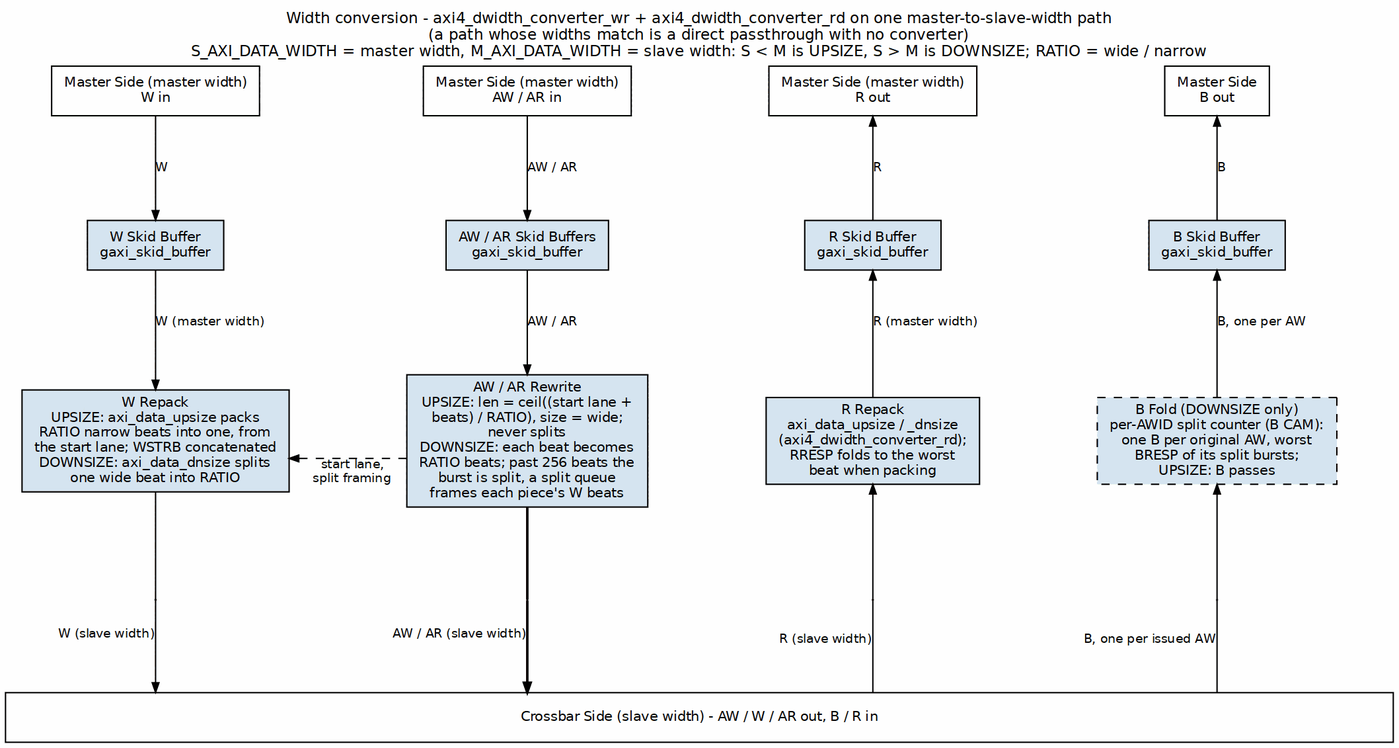
Earlier version of the Graphviz export projects/components/fabric-gen-ip/bridge/docs/bridge_mas/assets/graphviz/width_conversion.png (sean-galloway/RTLDesignSherpa). Its source is kept beside it as projects/components/fabric-gen-ip/bridge/docs/bridge_mas/assets/graphviz/width_conversion.dot.
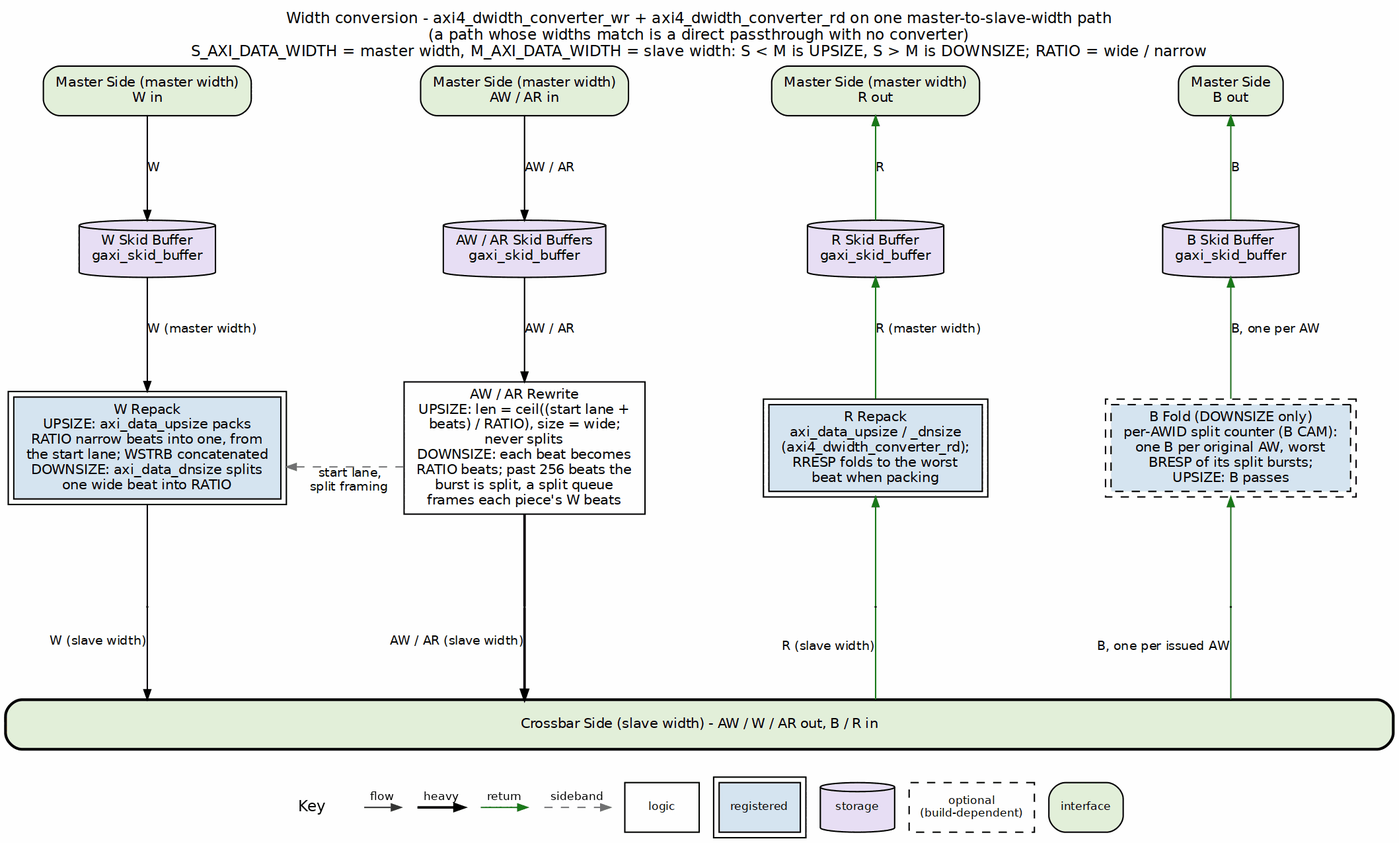
After the commit.

The edit, as a diff of the source:
```diff
@@ -3,27 +3,27 @@
            nodesep="0.60", ranksep="0.90", splines=ortho, labelloc=t,
            label="Width conversion - axi4_dwidth_converter_wr + axi4_dwidth_converter_rd on one master-to-slave-width path\n(a path whose widths match is a direct passthrough with no converter)\nS_AXI_DATA_WIDTH = master width, M_AXI_DATA_WIDTH = slave width: S < M is UPSIZE, S > M is DOWNSIZE; RATIO = wide / narrow"];
     node  [fontname="Helvetica", fontsize=10, shape=box, style=filled,
-           fillcolor="#D6E4F0", color="black", margin="0.12,0.06"];
+           fillcolor="white", color="black", margin="0.12,0.06"];
     edge  [fontname="Helvetica", fontsize=9, color="black", arrowsize=0.7];
 
-    pw [label="Master Side (master width)\nW in", fillcolor="white", group=L];
-    pc [label="Master Side (master width)\nAW / AR in", fillcolor="white", group=C];
-    pr [label="Master Side (master width)\nR out", fillcolor="white", group=R];
-    pb [label="Master Side\nB out", fillcolor="white", group=B];
+    pw [label="Master Side (master width)\nW in", fillcolor="white", group=L, style="rounded,filled", fillcolor="#E2EFDA"];
+    pc [label="Master Side (master width)\nAW / AR in", fillcolor="white", group=C, style="rounded,filled", fillcolor="#E2EFDA"];
+    pr [label="Master Side (master width)\nR out", fillcolor="white", group=R, style="rounded,filled", fillcolor="#E2EFDA"];
+    pb [label="Master Side\nB out", fillcolor="white", group=B, style="rounded,filled", fillcolor="#E2EFDA"];
     { rank=same; pw; pc; pr; pb; }
     pw -> pc -> pr -> pb [style=invis];
 
-    sw [label="W Skid Buffer\ngaxi_skid_buffer", group=L];
-    sc [label="AW / AR Skid Buffers\ngaxi_skid_buffer", group=C];
-    sr [label="R Skid Buffer\ngaxi_skid_buffer", group=R];
-    sb [label="B Skid Buffer\ngaxi_skid_buffer", group=B];
+    sw [label="W Skid Buffer\ngaxi_skid_buffer", group=L, shape=cylinder, style="filled", fillcolor="#E8DFF5"];
+    sc [label="AW / AR Skid Buffers\ngaxi_skid_buffer", group=C, shape=cylinder, style="filled", fillcolor="#E8DFF5"];
+    sr [label="R Skid Buffer\ngaxi_skid_buffer", group=R, shape=cylinder, style="filled", fillcolor="#E8DFF5"];
+    sb [label="B Skid Buffer\ngaxi_skid_buffer", group=B, shape=cylinder, style="filled", fillcolor="#E8DFF5"];
     { rank=same; sw; sc; sr; sb; }
     sw -> sc -> sr -> sb [style=invis];
 
-    wrp [label="W Repack\nUPSIZE: axi_data_upsize packs\nRATIO narrow beats into one, from\nthe start lane; WSTRB concatenated\nDOWNSIZE: axi_data_dnsize splits\none wide beat into RATIO", group=L];
-    arw [label="AW / AR Rewrite\nUPSIZE: len = ceil((start lane +\nbeats) / RATIO), size = wide;\nnever splits\nDOWNSIZE: each beat becomes\nRATIO beats; past 256 beats the\nburst is split, a split queue\nframes each piece's W beats", group=C];
-    rrp [label="R Repack\naxi_data_upsize / _dnsize\n(axi4_dwidth_converter_rd);\nRRESP folds to the worst\nbeat when packing", group=R];
-    bf [label="B Fold (DOWNSIZE only)\nper-AWID split counter (B CAM):\none B per original AW, worst\nBRESP of its split bursts;\nUPSIZE: B passes", style="filled,dashed", group=B];
+    wrp [label="W Repack\nUPSIZE: axi_data_upsize packs\nRATIO narrow beats into one, from\nthe start lane; WSTRB concatenated\nDOWNSIZE: axi_data_dnsize splits\none wide beat into RATIO", group=L, peripheries=2, style="filled", fillcolor="#D6E4F0"];
+    arw [label="AW / AR Rewrite\nUPSIZE: len = ceil((start lane +\nbeats) / RATIO), size = wide;\nnever splits\nDOWNSIZE: each beat becomes\nRATIO beats; past 256 beats the\nburst is split, a split queue\nframes each piece's W beats", group=C, style="filled", fillcolor="white"];
+    rrp [label="R Repack\naxi_data_upsize / _dnsize\n(axi4_dwidth_converter_rd);\nRRESP folds to the worst\nbeat when packing", group=R, peripheries=2, style="filled", fillcolor="#D6E4F0"];
+    bf [label="B Fold (DOWNSIZE only)\nper-AWID split counter (B CAM):\none B per original AW, worst\nBRESP of its split bursts;\nUPSIZE: B passes", style="filled,dashed", group=B, peripheries=2, style="filled,dashed", fillcolor="#D6E4F0"];
     { rank=same; wrp; arw; rrp; bf; }
     wrp -> arw -> rrp -> bf [style=invis];
 
@@ -34,7 +34,7 @@
     { rank=same; pl; pcc; pr4; pb4; }
     pl -> pcc -> pr4 -> pb4 [style=invis];
 
-    bar [label="Crossbar Side (slave width) - AW / W / AR out, B / R in", fillcolor="white", width=14];
+    bar [label="Crossbar Side (slave width) - AW / W / AR out, B / R in", fillcolor="white", width=14, style="rounded,filled,bold", fillcolor="#E2EFDA"];
 
     pw -> sw [label="W"];
     sw -> wrp [label="W (master width)"];
@@ -45,14 +45,14 @@
     sc -> arw [label="AW / AR"];
     arw -> pcc [dir=none, penwidth=1.8];
     pcc -> bar [xlabel="AW / AR (slave width)", penwidth=1.8];
-    arw -> wrp [style=dashed, xlabel="start lane,\nsplit framing"];
+    arw -> wrp [style=dashed, color="#777777", xlabel="start lane,\nsplit framing"];
 
-    pr -> sr [dir=back, label="R"];
-    sr -> rrp [dir=back, label="R (master width)"];
-    rrp -> pr4 [dir=back];
-    pr4 -> bar [dir=none, xlabel="R (slave width)"];
-    pb -> sb [dir=back, label="B"];
-    sb -> bf [dir=back, label="B, one per AW"];
-    bf -> pb4 [dir=back];
-    pb4 -> bar [dir=none, xlabel="B, one per issued AW"];
+    pr -> sr [color="#1A7A1A", dir=back, label="R"];
+    sr -> rrp [color="#1A7A1A", dir=back, label="R (master width)"];
+    rrp -> pr4 [color="#1A7A1A", dir=back];
+    pr4 -> bar [color="#1A7A1A", dir=none, xlabel="R (slave width)"];
+    pb -> sb [color="#1A7A1A", dir=back, label="B"];
+    sb -> bf [color="#1A7A1A", dir=back, label="B, one per AW"];
+    bf -> pb4 [color="#1A7A1A", dir=back];
+    pb4 -> bar [color="#1A7A1A", dir=none, xlabel="B, one per issued AW"];
 }
```
